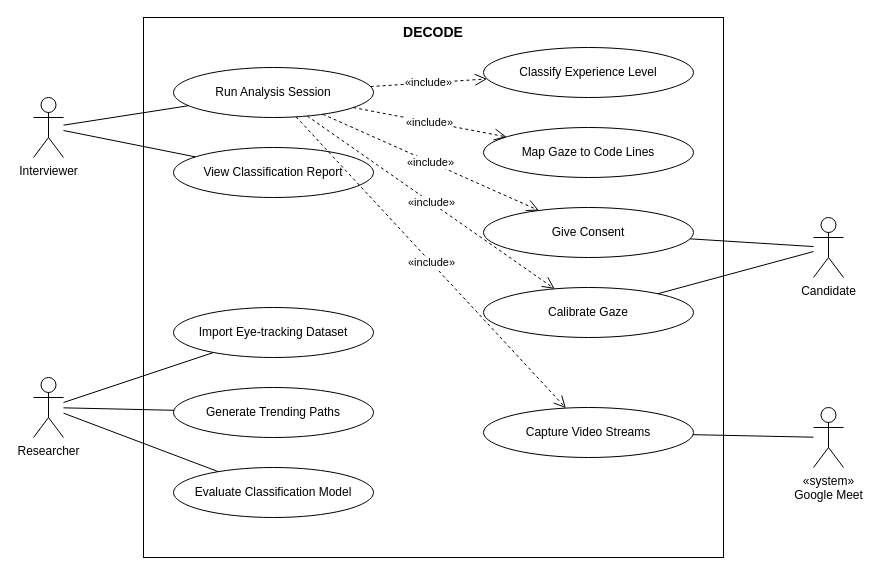
Earlier version of the draw.io diagram docs/srs/use-case-diagram.drawio (memoksin/DECODE). Source tidied: cells renumbered, new cells numbered last; positions are measured from the earlier drawing's top-left corner, leaving out a move shared by most shapes. Both pictures are drawn from the tidied source at 100%, with x=0, y=0 at pixel (33, 17).
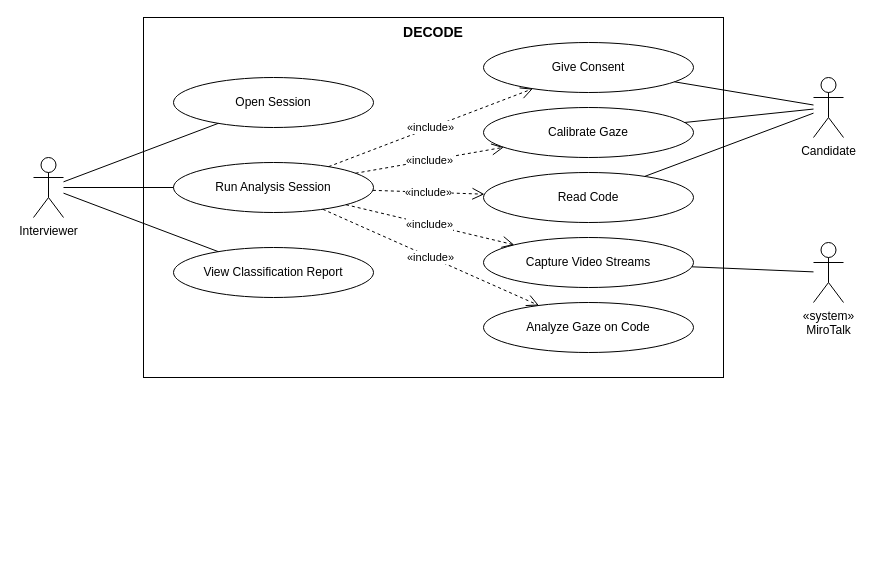
The same page after the edit.

What changed in the source:
```diff
@@
     <mxCell id="2" value="DECODE" style="rounded=0;whiteSpace=wrap;html=1;fillColor=none;verticalAlign=top;fontStyle=1;fontSize=14;" parent="1" vertex="1">
-      <mxGeometry x="110" width="580" height="540" as="geometry" />
+      <mxGeometry x="110" width="580" height="360" as="geometry" />
     </mxCell>
     <mxCell id="3" value="Interviewer" style="shape=umlActor;verticalLabelPosition=bottom;verticalAlign=top;html=1;" parent="1" vertex="1">
-      <mxGeometry y="80" width="30" height="60" as="geometry" />
+      <mxGeometry y="140" width="30" height="60" as="geometry" />
     </mxCell>
-    <mxCell id="4" value="Researcher" style="shape=umlActor;verticalLabelPosition=bottom;verticalAlign=top;html=1;" parent="1" vertex="1">
-      <mxGeometry y="360" width="30" height="60" as="geometry" />
-    </mxCell>
     <mxCell id="5" value="Candidate" style="shape=umlActor;verticalLabelPosition=bottom;verticalAlign=top;html=1;" parent="1" vertex="1">
-      <mxGeometry x="780" y="200" width="30" height="60" as="geometry" />
+      <mxGeometry x="780" y="60" width="30" height="60" as="geometry" />
     </mxCell>
-    <mxCell id="6" value="«system»&lt;br&gt;Google Meet" style="shape=umlActor;verticalLabelPosition=bottom;verticalAlign=top;html=1;" parent="1" vertex="1">
-      <mxGeometry x="780" y="390" width="30" height="60" as="geometry" />
+    <mxCell id="6" value="«system»&lt;br&gt;MiroTalk" style="shape=umlActor;verticalLabelPosition=bottom;verticalAlign=top;html=1;" parent="1" vertex="1">
+      <mxGeometry x="780" y="225" width="30" height="60" as="geometry" />
     </mxCell>
+    <mxCell id="30" value="Open Session" style="ellipse;whiteSpace=wrap;html=1;" parent="1" vertex="1">
+      <mxGeometry x="140" y="60" width="200" height="50" as="geometry" />
+    </mxCell>
     <mxCell id="7" value="Run Analysis Session" style="ellipse;whiteSpace=wrap;html=1;" parent="1" vertex="1">
-      <mxGeometry x="140" y="50" width="200" height="50" as="geometry" />
+      <mxGeometry x="140" y="145" width="200" height="50" as="geometry" />
     </mxCell>
     <mxCell id="8" value="View Classification Report" style="ellipse;whiteSpace=wrap;html=1;" parent="1" vertex="1">
-      <mxGeometry x="140" y="130" width="200" height="50" as="geometry" />
+      <mxGeometry x="140" y="230" width="200" height="50" as="geometry" />
     </mxCell>
-    <mxCell id="9" value="Import Eye-tracking Dataset" style="ellipse;whiteSpace=wrap;html=1;" parent="1" vertex="1">
-      <mxGeometry x="140" y="290" width="200" height="50" as="geometry" />
-    </mxCell>
-    <mxCell id="10" value="Generate Trending Paths" style="ellipse;whiteSpace=wrap;html=1;" parent="1" vertex="1">
-      <mxGeometry x="140" y="370" width="200" height="50" as="geometry" />
-    </mxCell>
-    <mxCell id="11" value="Evaluate Classification Model" style="ellipse;whiteSpace=wrap;html=1;" parent="1" vertex="1">
-      <mxGeometry x="140" y="450" width="200" height="50" as="geometry" />
-    </mxCell>
-    <mxCell id="12" value="Classify Experience Level" style="ellipse;whiteSpace=wrap;html=1;" parent="1" vertex="1">
-      <mxGeometry x="450" y="30" width="210" height="50" as="geometry" />
-    </mxCell>
-    <mxCell id="13" value="Map Gaze to Code Lines" style="ellipse;whiteSpace=wrap;html=1;" parent="1" vertex="1">
-      <mxGeometry x="450" y="110" width="210" height="50" as="geometry" />
-    </mxCell>
     <mxCell id="14" value="Give Consent" style="ellipse;whiteSpace=wrap;html=1;" parent="1" vertex="1">
-      <mxGeometry x="450" y="190" width="210" height="50" as="geometry" />
+      <mxGeometry x="450" y="25" width="210" height="50" as="geometry" />
     </mxCell>
     <mxCell id="15" value="Calibrate Gaze" style="ellipse;whiteSpace=wrap;html=1;" parent="1" vertex="1">
-      <mxGeometry x="450" y="270" width="210" height="50" as="geometry" />
+      <mxGeometry x="450" y="90" width="210" height="50" as="geometry" />
     </mxCell>
+    <mxCell id="12" value="Read Code" style="ellipse;whiteSpace=wrap;html=1;" parent="1" vertex="1">
+      <mxGeometry x="450" y="155" width="210" height="50" as="geometry" />
+    </mxCell>
     <mxCell id="16" value="Capture Video Streams" style="ellipse;whiteSpace=wrap;html=1;" parent="1" vertex="1">
-      <mxGeometry x="450" y="390" width="210" height="50" as="geometry" />
+      <mxGeometry x="450" y="220" width="210" height="50" as="geometry" />
     </mxCell>
+    <mxCell id="13" value="Analyze Gaze on Code" style="ellipse;whiteSpace=wrap;html=1;" parent="1" vertex="1">
+      <mxGeometry x="450" y="285" width="210" height="50" as="geometry" />
+    </mxCell>
+    <mxCell id="31" style="endArrow=none;html=1;" parent="1" edge="1" source="3" target="30">
+      <mxGeometry relative="1" as="geometry" />
+    </mxCell>
@@
-    <mxCell id="19" style="endArrow=none;html=1;" parent="1" edge="1" source="4" target="9">
-      <mxGeometry relative="1" as="geometry" />
-    </mxCell>
-    <mxCell id="20" style="endArrow=none;html=1;" parent="1" edge="1" source="4" target="10">
-      <mxGeometry relative="1" as="geometry" />
-    </mxCell>
-    <mxCell id="21" style="endArrow=none;html=1;" parent="1" edge="1" source="4" target="11">
-      <mxGeometry relative="1" as="geometry" />
-    </mxCell>
@@
+    <mxCell id="32" style="endArrow=none;html=1;" parent="1" edge="1" source="5" target="12">
+      <mxGeometry relative="1" as="geometry" />
+    </mxCell>
@@
-    <mxCell id="25" value="«include»" style="endArrow=open;dashed=1;html=1;endSize=10;" parent="1" edge="1" source="7" target="12">
+    <mxCell id="25" value="«include»" style="endArrow=open;dashed=1;html=1;endSize=10;" parent="1" edge="1" source="7" target="14">
       <mxGeometry relative="1" as="geometry" />
     </mxCell>
-    <mxCell id="26" value="«include»" style="endArrow=open;dashed=1;html=1;endSize=10;" parent="1" edge="1" source="7" target="13">
+    <mxCell id="26" value="«include»" style="endArrow=open;dashed=1;html=1;endSize=10;" parent="1" edge="1" source="7" target="15">
       <mxGeometry relative="1" as="geometry" />
     </mxCell>
+    <mxCell id="29" value="«include»" style="endArrow=open;dashed=1;html=1;endSize=10;" parent="1" edge="1" source="7" target="12">
+      <mxGeometry relative="1" as="geometry" />
+    </mxCell>
-    <mxCell id="27" value="«include»" style="endArrow=open;dashed=1;html=1;endSize=10;" parent="1" edge="1" source="7" target="14">
+    <mxCell id="27" value="«include»" style="endArrow=open;dashed=1;html=1;endSize=10;" parent="1" edge="1" source="7" target="16">
       <mxGeometry relative="1" as="geometry" />
     </mxCell>
-    <mxCell id="28" value="«include»" style="endArrow=open;dashed=1;html=1;endSize=10;" parent="1" edge="1" source="7" target="15">
+    <mxCell id="28" value="«include»" style="endArrow=open;dashed=1;html=1;endSize=10;" parent="1" edge="1" source="7" target="13">
       <mxGeometry relative="1" as="geometry" />
     </mxCell>
-    <mxCell id="29" value="«include»" style="endArrow=open;dashed=1;html=1;endSize=10;" parent="1" edge="1" source="7" target="16">
-      <mxGeometry relative="1" as="geometry" />
-    </mxCell>
```
